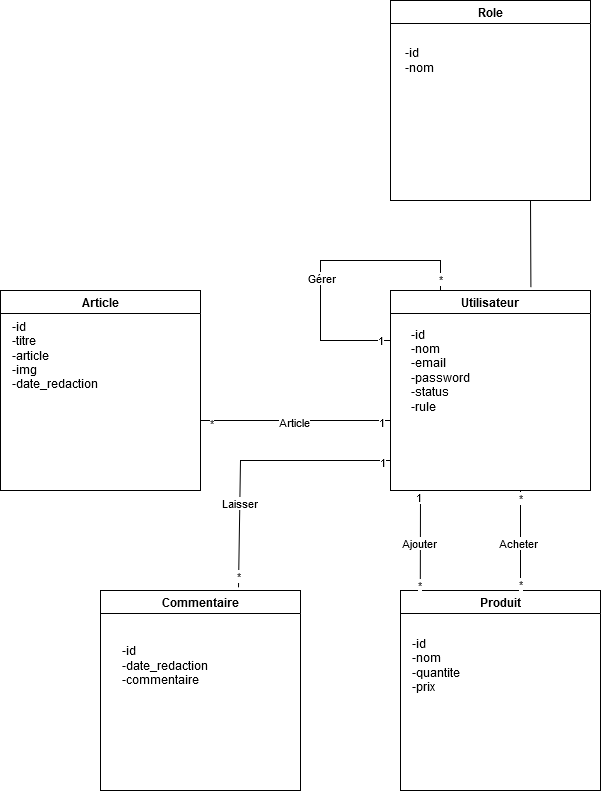
Before: fil rouge Diagramme de class.drawio.png, a diagram exported from draw.io (abdelmalekbenamar/fil-rouge-conception-et-cahier-de-charge). Source tidied: cells renumbered, new cells last; positions are measured from the earlier drawing's top-left corner, leaving out a move shared by most shapes.
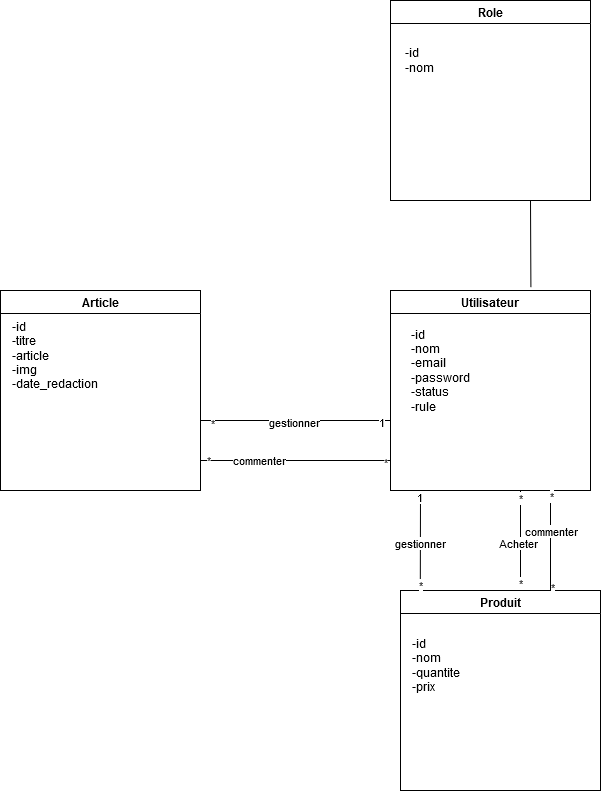
The same diagram one commit later.

Commit message:
modification de diagramme de classe

Diff of the diagram source:
```diff
@@ -19,24 +19,6 @@
         <mxPoint x="530" y="200" as="targetPoint" />
       </mxGeometry>
     </mxCell>
-    <mxCell id="7" style="endArrow=none;html=1;rounded=0;entryX=0;entryY=0.25;entryDx=0;entryDy=0;exitX=0.25;exitY=0;exitDx=0;exitDy=0;" parent="1" edge="1" source="2" target="2">
-      <mxGeometry relative="1" as="geometry">
-        <Array as="points">
-          <mxPoint x="440" y="260" />
-          <mxPoint x="320" y="260" />
-          <mxPoint x="320" y="340" />
-        </Array>
-      </mxGeometry>
-    </mxCell>
-    <mxCell id="8" value="Gérer" style="edgeLabel;html=1;align=center;verticalAlign=middle;" parent="7" vertex="1">
-      <mxGeometry x="0.11" relative="1" as="geometry" />
-    </mxCell>
-    <mxCell id="9" value="*" style="edgeLabel;html=1;align=center;verticalAlign=middle;" parent="7" vertex="1">
-      <mxGeometry x="-0.92" y="1" relative="1" as="geometry" />
-    </mxCell>
-    <mxCell id="10" value="1" style="edgeLabel;html=1;align=center;verticalAlign=middle;" parent="7" vertex="1">
-      <mxGeometry x="0.93" y="1" relative="1" as="geometry" />
-    </mxCell>
     <mxCell id="11" value="Produit" style="swimlane;whiteSpace=wrap;html=1;" parent="1" vertex="1">
       <mxGeometry x="400" y="590" width="200" height="200" as="geometry" />
     </mxCell>
@@ -63,7 +45,7 @@
         <mxPoint x="420" y="490" as="targetPoint" />
       </mxGeometry>
     </mxCell>
-    <mxCell id="18" value="Ajouter" style="edgeLabel;html=1;align=center;verticalAlign=middle;" parent="17" vertex="1">
+    <mxCell id="18" value="gestionner" style="edgeLabel;html=1;align=center;verticalAlign=middle;" parent="17" vertex="1">
       <mxGeometry x="-0.04" y="1" relative="1" as="geometry" />
     </mxCell>
     <mxCell id="19" value="1" style="edgeLabel;html=1;align=center;verticalAlign=middle;" parent="17" vertex="1">
@@ -84,7 +66,7 @@
         <mxPoint x="390" y="420" as="targetPoint" />
       </mxGeometry>
     </mxCell>
-    <mxCell id="24" value="Article" style="edgeLabel;html=1;align=center;verticalAlign=middle;" parent="23" vertex="1">
+    <mxCell id="24" value="gestionner" style="edgeLabel;html=1;align=center;verticalAlign=middle;" parent="23" vertex="1">
       <mxGeometry x="-0.02" y="-1" relative="1" as="geometry" />
     </mxCell>
     <mxCell id="25" value="*" style="edgeLabel;html=1;align=center;verticalAlign=middle;" parent="23" vertex="1">
@@ -93,28 +75,39 @@
     <mxCell id="26" value="1" style="edgeLabel;html=1;align=center;verticalAlign=middle;" parent="23" vertex="1">
       <mxGeometry x="0.9" y="-1" relative="1" as="geometry" />
     </mxCell>
-    <mxCell id="27" value="Commentaire" style="swimlane;whiteSpace=wrap;html=1;" parent="1" vertex="1">
-      <mxGeometry x="100" y="590" width="200" height="200" as="geometry" />
-    </mxCell>
-    <mxCell id="28" value="&lt;div&gt;-id&lt;/div&gt;&lt;div&gt;-date_redaction&lt;/div&gt;&lt;div&gt;-commentaire&lt;br&gt;&lt;/div&gt;" style="text;html=1;align=left;verticalAlign=middle;strokeColor=none;fillColor=none;" parent="27" vertex="1">
-      <mxGeometry x="20" y="45" width="100" height="60" as="geometry" />
-    </mxCell>
-    <mxCell id="29" style="endArrow=none;html=1;rounded=0;exitX=0.69;exitY=-0.016;exitDx=0;exitDy=0;exitPerimeter=0;" parent="1" edge="1" source="27">
+    <mxCell id="29" style="endArrow=none;html=1;rounded=0;" parent="1" edge="1">
       <mxGeometry relative="1" as="geometry">
+        <mxPoint x="200" y="460" as="sourcePoint" />
         <mxPoint x="390" y="460" as="targetPoint" />
         <Array as="points">
           <mxPoint x="240" y="460" />
         </Array>
       </mxGeometry>
     </mxCell>
-    <mxCell id="30" value="Laisser" style="edgeLabel;html=1;align=center;verticalAlign=middle;" parent="29" vertex="1">
+    <mxCell id="30" value="commenter" style="edgeLabel;html=1;align=center;verticalAlign=middle;" parent="29" vertex="1">
       <mxGeometry x="-0.4" y="1" relative="1" as="geometry" />
     </mxCell>
     <mxCell id="31" value="*" style="edgeLabel;html=1;align=center;verticalAlign=middle;" parent="29" vertex="1">
       <mxGeometry x="-0.92" y="1" relative="1" as="geometry" />
     </mxCell>
-    <mxCell id="32" value="1" style="edgeLabel;html=1;align=center;verticalAlign=middle;" parent="29" vertex="1">
+    <mxCell id="32" value="*" style="edgeLabel;html=1;align=center;verticalAlign=middle;" parent="29" vertex="1">
       <mxGeometry x="0.94" y="-1" relative="1" as="geometry" />
     </mxCell>
+    <mxCell id="33" style="endArrow=none;html=1;rounded=0;exitX=0.75;exitY=0;exitDx=0;exitDy=0;" parent="1" edge="1" source="11">
+      <mxGeometry relative="1" as="geometry">
+        <mxPoint x="550" y="490" as="targetPoint" />
+      </mxGeometry>
+    </mxCell>
+    <mxCell id="34" value="commenter" style="edgeLabel;html=1;align=center;verticalAlign=middle;" parent="33" vertex="1">
+      <mxGeometry x="0.03" relative="1" as="geometry">
+        <mxPoint y="-9" as="offset" />
+      </mxGeometry>
+    </mxCell>
+    <mxCell id="35" value="*" style="edgeLabel;html=1;align=center;verticalAlign=middle;" parent="33" vertex="1">
+      <mxGeometry x="0.88" relative="1" as="geometry" />
+    </mxCell>
+    <mxCell id="36" value="*" style="edgeLabel;html=1;align=center;verticalAlign=middle;" parent="33" vertex="1">
+      <mxGeometry x="-0.92" y="-1" relative="1" as="geometry" />
+    </mxCell>
   </root>
 </mxGraphModel>
```
